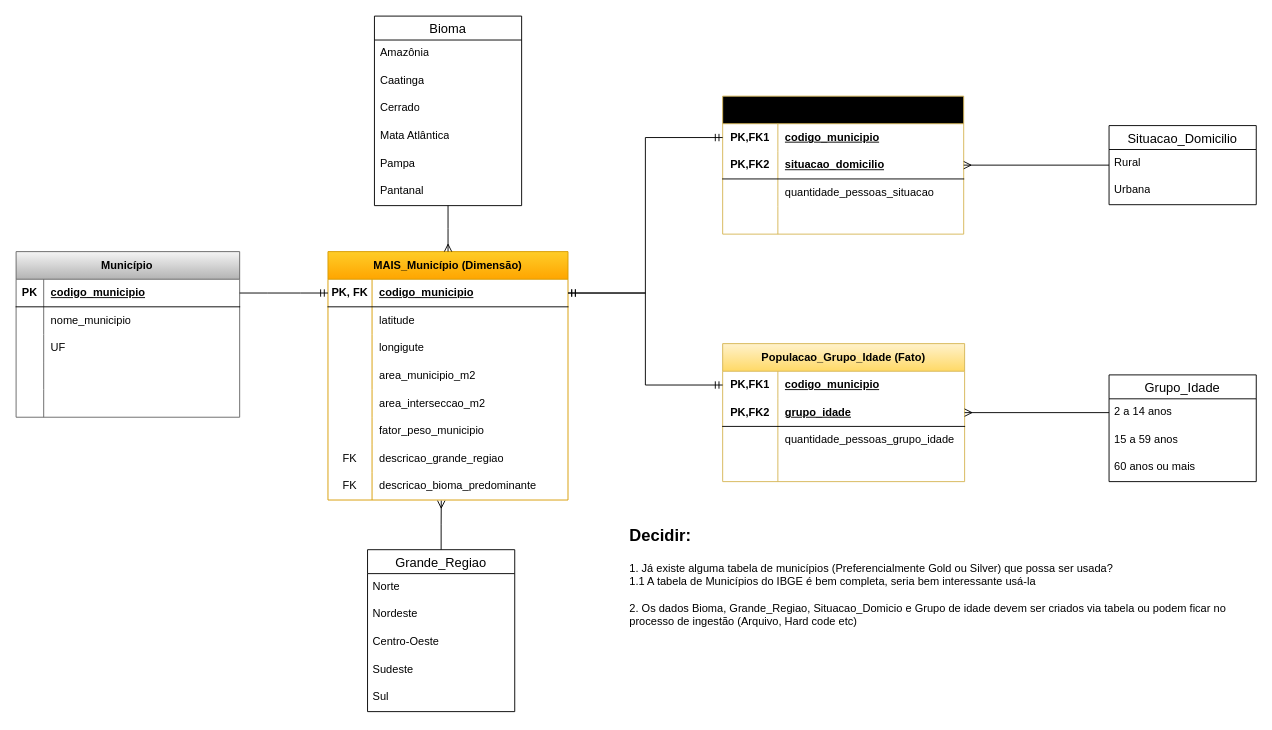
Earlier version of the draw.io diagram Municipio/MER_Municipio.drawio (marcoconti/mais_einstein). Source tidied: cells renumbered, new cells numbered last; positions are measured from the earlier drawing's top-left corner, leaving out a move shared by most shapes. Both pictures are drawn from the tidied source at 92%, with x=0, y=0 at pixel (16, 16).
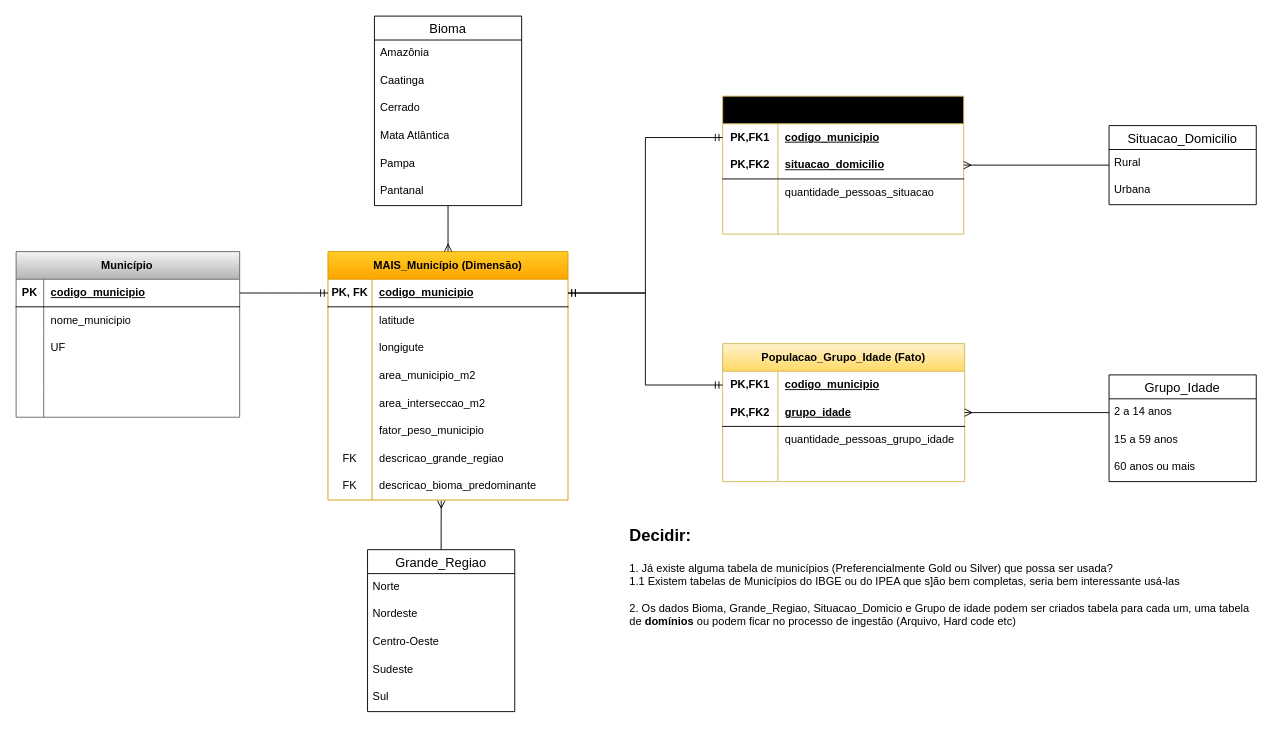
Above is the later version.

What changed in the source:
```diff
@@
-    <mxCell id="79" value="&lt;h1 style=&quot;margin-top: 0px;&quot;&gt;&lt;font style=&quot;font-size: 18px;&quot;&gt;Decidir:&lt;/font&gt;&lt;/h1&gt;&lt;div&gt;1. Já existe alguma tabela de municípios (Preferencialmente Gold ou Silver) que possa ser usada?&lt;/div&gt;&lt;div&gt;1.1 A tabela de Municípios do IBGE é bem completa, seria bem interessante usá-la&lt;/div&gt;&lt;div&gt;&lt;br&gt;&lt;/div&gt;&lt;div&gt;2. Os dados Bioma, Grande_Regiao, Situacao_Domicio e Grupo de idade devem ser criados via tabela ou podem ficar no processo de ingestão (Arquivo, Hard code etc)&lt;/div&gt;" style="text;html=1;whiteSpace=wrap;overflow=hidden;rounded=0;" parent="1" vertex="1">
-      <mxGeometry x="665" y="542" width="680" height="120" as="geometry" />
+    <mxCell id="79" value="&lt;h1 style=&quot;margin-top: 0px;&quot;&gt;&lt;font style=&quot;font-size: 18px;&quot;&gt;Decidir:&lt;/font&gt;&lt;/h1&gt;&lt;div&gt;1. Já existe alguma tabela de municípios (Preferencialmente Gold ou Silver) que possa ser usada?&lt;/div&gt;&lt;div&gt;1.1 Existem tabelas de Municípios do IBGE ou do IPEA que s]ão bem completas, seria bem interessante usá-las&lt;/div&gt;&lt;div&gt;&lt;br&gt;&lt;/div&gt;&lt;div&gt;2. Os dados Bioma, Grande_Regiao, Situacao_Domicio e Grupo de idade podem ser criados tabela para cada um, uma tabela de &lt;b&gt;domínios&lt;/b&gt; ou podem ficar no processo de ingestão (Arquivo, Hard code etc)&lt;/div&gt;&lt;div&gt;&lt;br&gt;&lt;/div&gt;&lt;div&gt;&lt;br&gt;&lt;/div&gt;" style="text;html=1;whiteSpace=wrap;overflow=hidden;rounded=0;" parent="1" vertex="1">
+      <mxGeometry x="665" y="542" width="680" height="154" as="geometry" />
     </mxCell>
```
